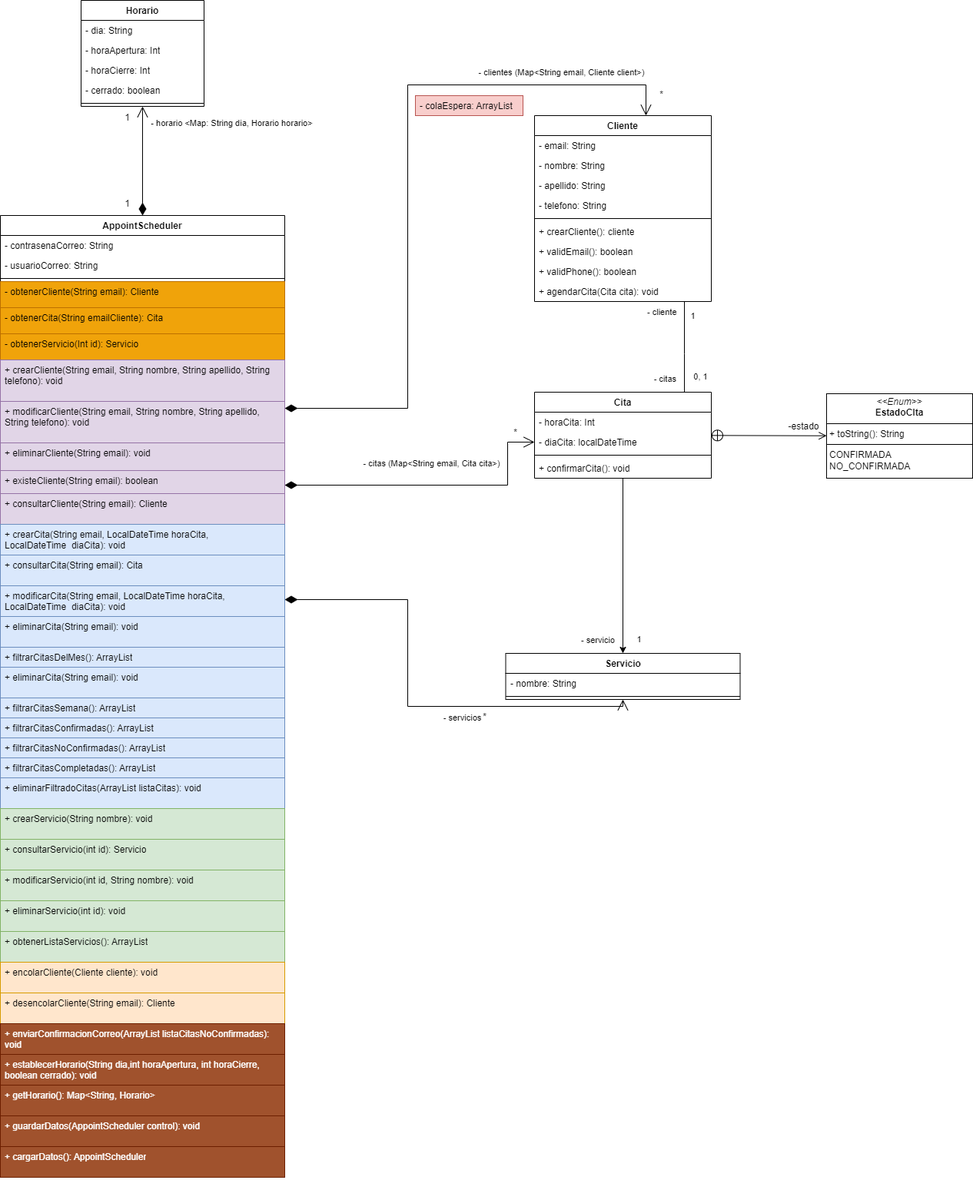
liangbinjie/AppointScheduler keeps this draw.io diagram as AppointScheduler.drawio.png. Above is the earlier version. Source tidied: cells renumbered, new cells last; positions are measured from the earlier drawing's top-left corner, leaving out a move shared by most shapes.
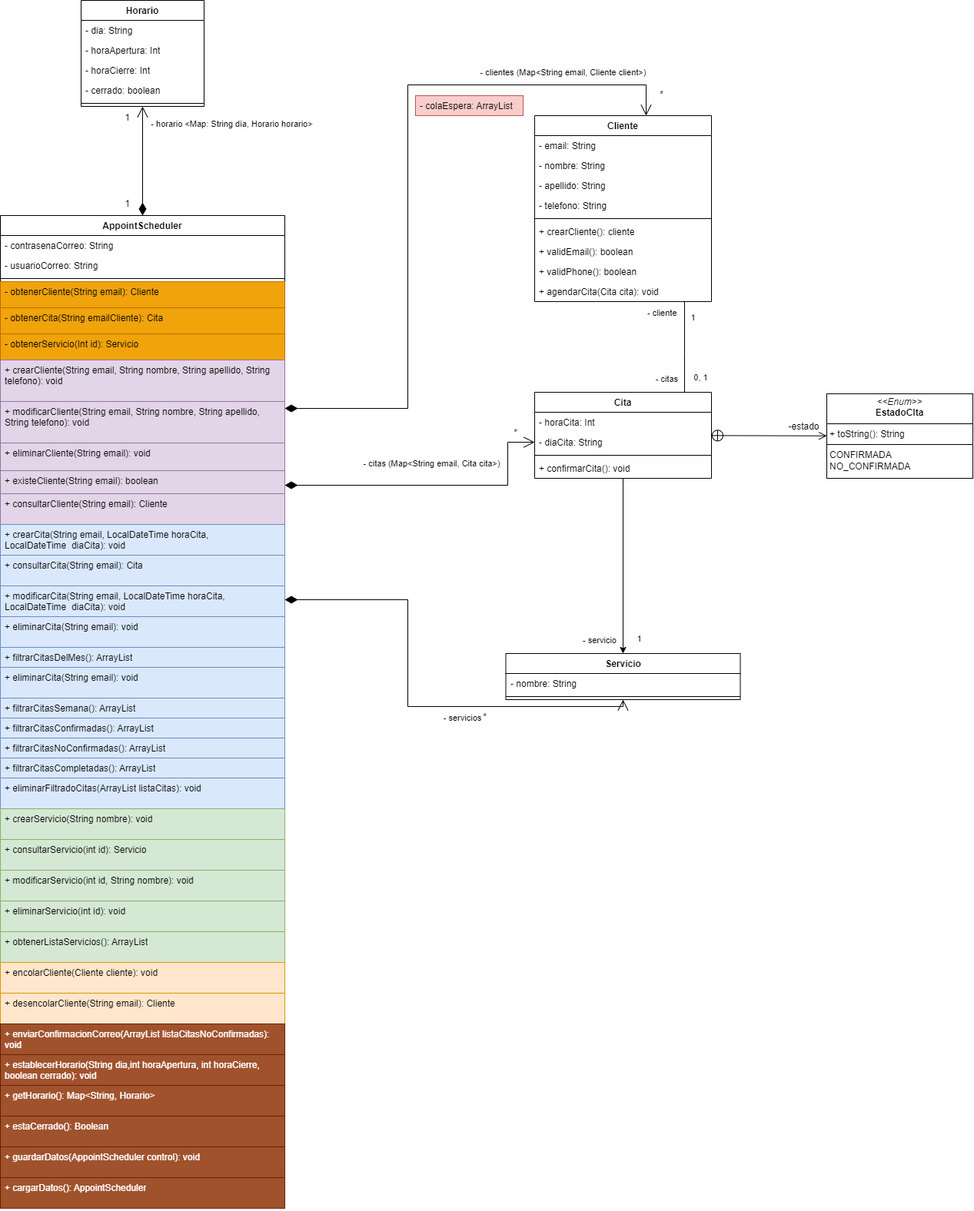
Later version of the same file.

The edit, as a diff of the source:
```diff
@@ -38,7 +38,7 @@
     <mxCell id="13" value="- horaCita: Int" style="text;align=left;verticalAlign=top;spacingLeft=4;spacingRight=4;overflow=hidden;whiteSpace=wrap;html=1;" parent="12" vertex="1">
       <mxGeometry y="26" width="230" height="26" as="geometry" />
     </mxCell>
-    <mxCell id="14" value="- diaCita: localDateTime" style="text;align=left;verticalAlign=top;spacingLeft=4;spacingRight=4;overflow=hidden;points=[[0,0.5],[1,0.5]];portConstraint=eastwest;whiteSpace=wrap;html=1;" parent="12" vertex="1">
+    <mxCell id="14" value="- diaCita: String" style="text;align=left;verticalAlign=top;spacingLeft=4;spacingRight=4;overflow=hidden;points=[[0,0.5],[1,0.5]];portConstraint=eastwest;whiteSpace=wrap;html=1;" parent="12" vertex="1">
       <mxGeometry y="52" width="230" height="26" as="geometry" />
     </mxCell>
     <mxCell id="15" style="line;strokeWidth=1;fillColor=none;align=left;verticalAlign=middle;spacingTop=-1;spacingLeft=3;spacingRight=3;labelPosition=right;strokeColor=inherit;" parent="12" vertex="1">
@@ -57,7 +57,7 @@
       <mxGeometry y="52" width="305" height="8" as="geometry" />
     </mxCell>
     <mxCell id="20" value="AppointScheduler" style="swimlane;fontStyle=1;align=center;verticalAlign=top;horizontal=1;startSize=26;whiteSpace=wrap;html=1;" parent="1" vertex="1">
-      <mxGeometry y="280" width="370" height="1252" as="geometry" />
+      <mxGeometry y="280" width="370" height="1292" as="geometry" />
     </mxCell>
     <mxCell id="21" value="- contrasenaCorreo: String" style="text;strokeColor=none;fillColor=none;align=left;verticalAlign=top;spacingLeft=4;spacingRight=4;overflow=hidden;whiteSpace=wrap;html=1;" parent="20" vertex="1">
       <mxGeometry y="26" width="370" height="26" as="geometry" />
@@ -155,11 +155,14 @@
     <mxCell id="52" value="+ getHorario(): Map&amp;lt;String, Horario&amp;gt;" style="text;strokeColor=#6D1F00;fillColor=#a0522d;align=left;verticalAlign=top;spacingLeft=4;spacingRight=4;overflow=hidden;whiteSpace=wrap;html=1;fontColor=#ffffff;" parent="20" vertex="1">
       <mxGeometry y="1132" width="370" height="40" as="geometry" />
     </mxCell>
+    <mxCell id="86" value="+ estaCerrado(): Boolean" style="text;strokeColor=#6D1F00;fillColor=#a0522d;align=left;verticalAlign=top;spacingLeft=4;spacingRight=4;overflow=hidden;whiteSpace=wrap;html=1;fontColor=#ffffff;" parent="20" vertex="1">
+      <mxGeometry y="1172" width="370" height="40" as="geometry" />
+    </mxCell>
     <mxCell id="53" value="+ guardarDatos(AppointScheduler control): void" style="text;strokeColor=#6D1F00;fillColor=#a0522d;align=left;verticalAlign=top;spacingLeft=4;spacingRight=4;overflow=hidden;whiteSpace=wrap;html=1;fontColor=#ffffff;" parent="20" vertex="1">
-      <mxGeometry y="1172" width="370" height="40" as="geometry" />
+      <mxGeometry y="1212" width="370" height="40" as="geometry" />
     </mxCell>
     <mxCell id="54" value="+ cargarDatos(): AppointScheduler" style="text;strokeColor=#6D1F00;fillColor=#a0522d;align=left;verticalAlign=top;spacingLeft=4;spacingRight=4;overflow=hidden;whiteSpace=wrap;html=1;fontColor=#ffffff;" parent="20" vertex="1">
-      <mxGeometry y="1212" width="370" height="40" as="geometry" />
+      <mxGeometry y="1252" width="370" height="40" as="geometry" />
     </mxCell>
     <mxCell id="55" value="&lt;p style=&quot;margin:0px;margin-top:4px;text-align:center;&quot;&gt;&lt;i&gt;&amp;lt;&amp;lt;Enum&amp;gt;&amp;gt;&lt;/i&gt;&lt;br&gt;&lt;b&gt;EstadoCIta&lt;/b&gt;&lt;/p&gt;&lt;hr size=&quot;1&quot; style=&quot;border-style:solid;&quot;&gt;&lt;p style=&quot;margin:0px;margin-left:4px;&quot;&gt;+ toString(): String&lt;/p&gt;&lt;hr size=&quot;1&quot; style=&quot;border-style:solid;&quot;&gt;&lt;p style=&quot;margin:0px;margin-left:4px;&quot;&gt;CONFIRMADA&lt;/p&gt;&lt;p style=&quot;margin:0px;margin-left:4px;&quot;&gt;NO_CONFIRMADA&lt;/p&gt;" style="verticalAlign=top;align=left;overflow=fill;html=1;whiteSpace=wrap;" parent="1" vertex="1">
       <mxGeometry x="1075" y="512" width="190" height="110" as="geometry" />
```
